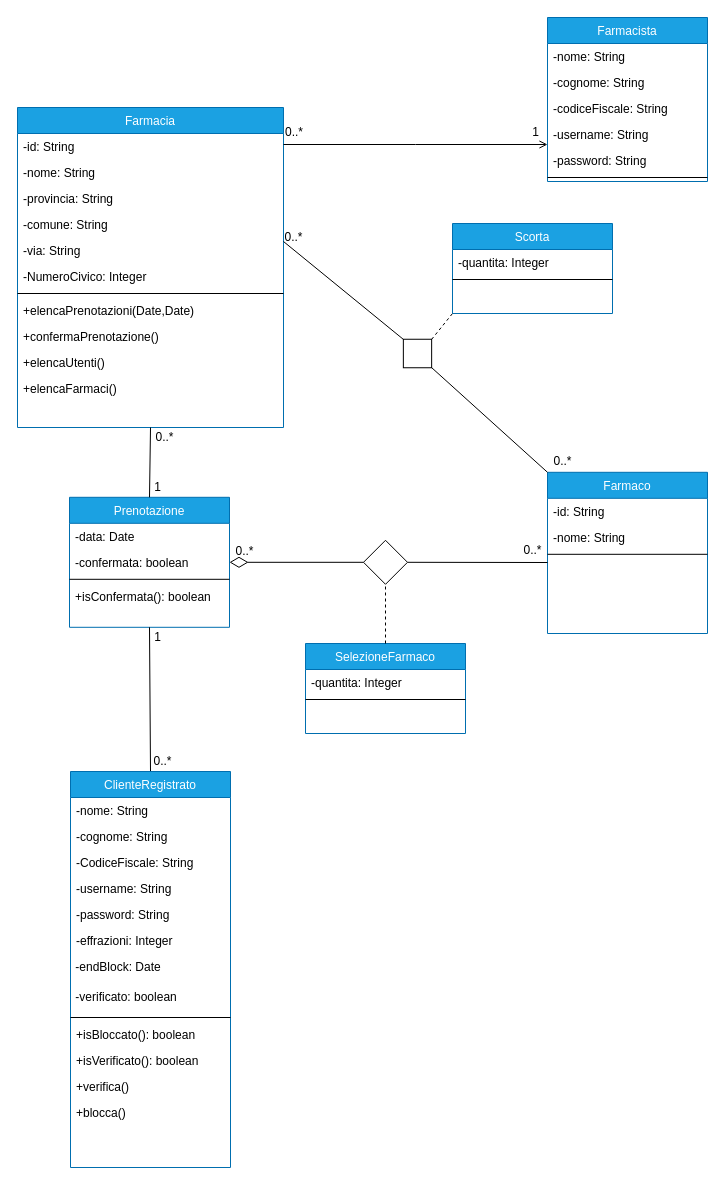
lnwor/farmabyte-doc keeps this draw.io diagram as page "DominioFarmacia" (1 of 3) of drawio/DettaglioFarmacia.drawio. Above is the earlier version. Source tidied: cells renumbered, new cells numbered last; positions are measured from the earlier drawing's top-left corner, leaving out a move shared by most shapes. Both pictures are drawn from the tidied source at 100%, with x=0, y=0 at pixel (17, 17).
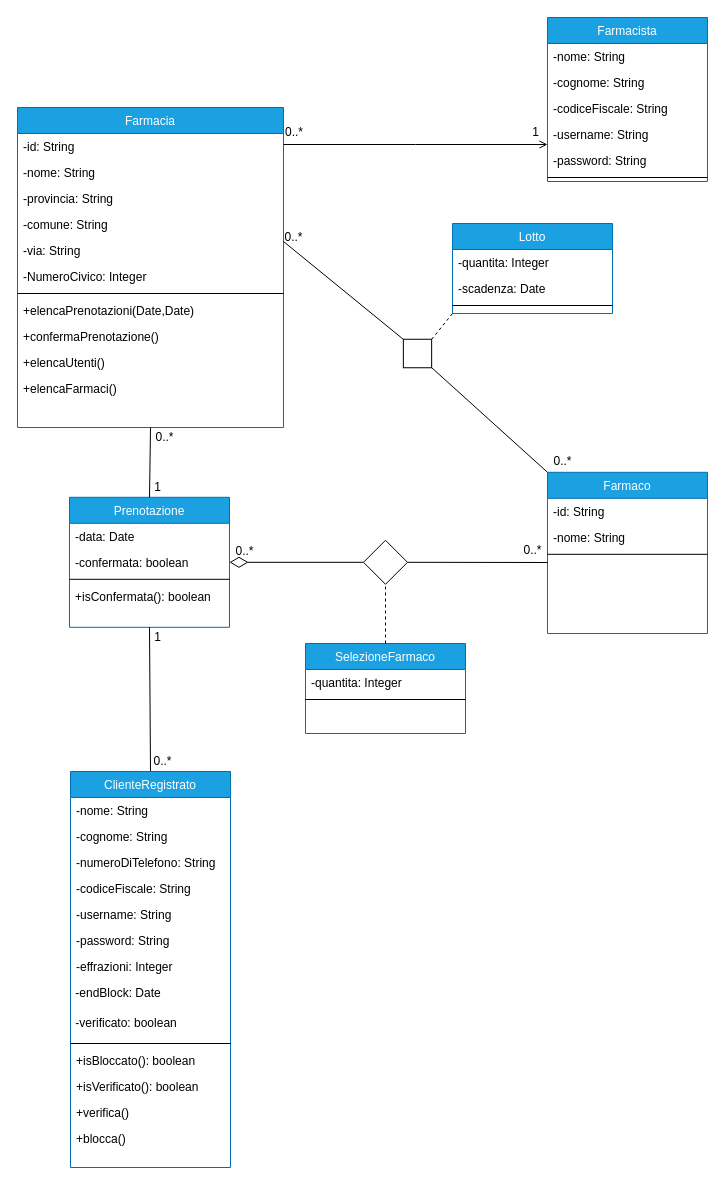
Above is the later version.

Unchanged cells that the change refers to:
```xml
<mxCell id="41" value="ClienteRegistrato" style="swimlane;fontStyle=0;align=center;verticalAlign=top;horizontal=1;startSize=26;rounded=0;shadow=0;strokeWidth=1;fillColor=#1ba1e2;strokeColor=#006EAF;fontColor=#ffffff;" parent="1" vertex="1">
  <mxGeometry x="53" y="754" width="160" height="396" as="geometry" />
</mxCell>
```

What changed in the source:
```diff
@@
+    <mxCell id="71" value="-numeroDiTelefono: String" style="text;align=left;verticalAlign=top;spacingLeft=4;spacingRight=4;overflow=hidden;" parent="41" vertex="1">
+      <mxGeometry y="78" width="160" height="26" as="geometry" />
+    </mxCell>
-    <mxCell id="44" value="-CodiceFiscale: String" style="text;align=left;verticalAlign=top;spacingLeft=4;spacingRight=4;overflow=hidden;" parent="41" vertex="1">
-      <mxGeometry y="78" width="160" height="26" as="geometry" />
+    <mxCell id="44" value="-codiceFiscale: String" style="text;align=left;verticalAlign=top;spacingLeft=4;spacingRight=4;overflow=hidden;" parent="41" vertex="1">
+      <mxGeometry y="104" width="160" height="26" as="geometry" />
     </mxCell>
     <mxCell id="45" value="-username: String" style="text;align=left;verticalAlign=top;spacingLeft=4;spacingRight=4;overflow=hidden;" parent="41" vertex="1">
-      <mxGeometry y="104" width="160" height="26" as="geometry" />
+      <mxGeometry y="130" width="160" height="26" as="geometry" />
     </mxCell>
     <mxCell id="46" value="-password: String" style="text;align=left;verticalAlign=top;spacingLeft=4;spacingRight=4;overflow=hidden;" parent="41" vertex="1">
-      <mxGeometry y="130" width="160" height="26" as="geometry" />
+      <mxGeometry y="156" width="160" height="26" as="geometry" />
     </mxCell>
     <mxCell id="47" value="-effrazioni: Integer" style="text;align=left;verticalAlign=top;spacingLeft=4;spacingRight=4;overflow=hidden;" parent="41" vertex="1">
-      <mxGeometry y="156" width="160" height="26" as="geometry" />
+      <mxGeometry y="182" width="160" height="26" as="geometry" />
     </mxCell>
     <mxCell id="48" value="&lt;font face=&quot;helvetica&quot;&gt;&amp;nbsp;-endBlock: Date&lt;/font&gt;" style="text;whiteSpace=wrap;html=1;" parent="41" vertex="1">
-      <mxGeometry y="182" width="160" height="30" as="geometry" />
+      <mxGeometry y="208" width="160" height="30" as="geometry" />
     </mxCell>
     <mxCell id="49" value="&lt;font face=&quot;helvetica&quot;&gt;&amp;nbsp;-verificato: boolean&lt;/font&gt;" style="text;whiteSpace=wrap;html=1;" parent="41" vertex="1">
-      <mxGeometry y="212" width="160" height="30" as="geometry" />
+      <mxGeometry y="238" width="160" height="30" as="geometry" />
     </mxCell>
     <mxCell id="50" style="line;html=1;strokeWidth=1;align=left;verticalAlign=middle;spacingTop=-1;spacingLeft=3;spacingRight=3;labelPosition=right;" parent="41" vertex="1">
-      <mxGeometry y="242" width="160" height="8" as="geometry" />
+      <mxGeometry y="268" width="160" height="8" as="geometry" />
     </mxCell>
     <mxCell id="51" value="+isBloccato(): boolean" style="text;align=left;verticalAlign=top;spacingLeft=4;spacingRight=4;overflow=hidden;" parent="41" vertex="1">
-      <mxGeometry y="250" width="160" height="26" as="geometry" />
+      <mxGeometry y="276" width="160" height="26" as="geometry" />
     </mxCell>
     <mxCell id="52" value="+isVerificato(): boolean" style="text;align=left;verticalAlign=top;spacingLeft=4;spacingRight=4;overflow=hidden;" parent="41" vertex="1">
-      <mxGeometry y="276" width="160" height="26" as="geometry" />
+      <mxGeometry y="302" width="160" height="26" as="geometry" />
     </mxCell>
     <mxCell id="53" value="+verifica()" style="text;align=left;verticalAlign=top;spacingLeft=4;spacingRight=4;overflow=hidden;" parent="41" vertex="1">
-      <mxGeometry y="302" width="160" height="26" as="geometry" />
+      <mxGeometry y="328" width="160" height="26" as="geometry" />
     </mxCell>
     <mxCell id="54" value="+blocca()" style="text;align=left;verticalAlign=top;spacingLeft=4;spacingRight=4;overflow=hidden;" parent="41" vertex="1">
-      <mxGeometry y="328" width="160" height="26" as="geometry" />
+      <mxGeometry y="354" width="160" height="26" as="geometry" />
     </mxCell>
@@
-    <mxCell id="58" value="Scorta" style="swimlane;fontStyle=0;align=center;verticalAlign=top;horizontal=1;startSize=26;rounded=0;shadow=0;strokeWidth=1;fillColor=#1ba1e2;strokeColor=#006EAF;fontColor=#ffffff;" parent="1" vertex="1">
+    <mxCell id="58" value="Lotto" style="swimlane;fontStyle=0;align=center;verticalAlign=top;horizontal=1;startSize=26;rounded=0;shadow=0;strokeWidth=1;fillColor=#1ba1e2;strokeColor=#006EAF;fontColor=#ffffff;" parent="1" vertex="1">
       <mxGeometry x="435" y="206" width="160" height="90" as="geometry" />
     </mxCell>
@@
+    <mxCell id="72" value="-scadenza: Date" style="text;align=left;verticalAlign=top;spacingLeft=4;spacingRight=4;overflow=hidden;" parent="58" vertex="1">
+      <mxGeometry y="52" width="160" height="26" as="geometry" />
+    </mxCell>
     <mxCell id="60" style="line;html=1;strokeWidth=1;align=left;verticalAlign=middle;spacingTop=-1;spacingLeft=3;spacingRight=3;labelPosition=right;" parent="58" vertex="1">
-      <mxGeometry y="52" width="160" height="8" as="geometry" />
+      <mxGeometry y="78" width="160" height="8" as="geometry" />
     </mxCell>
```
